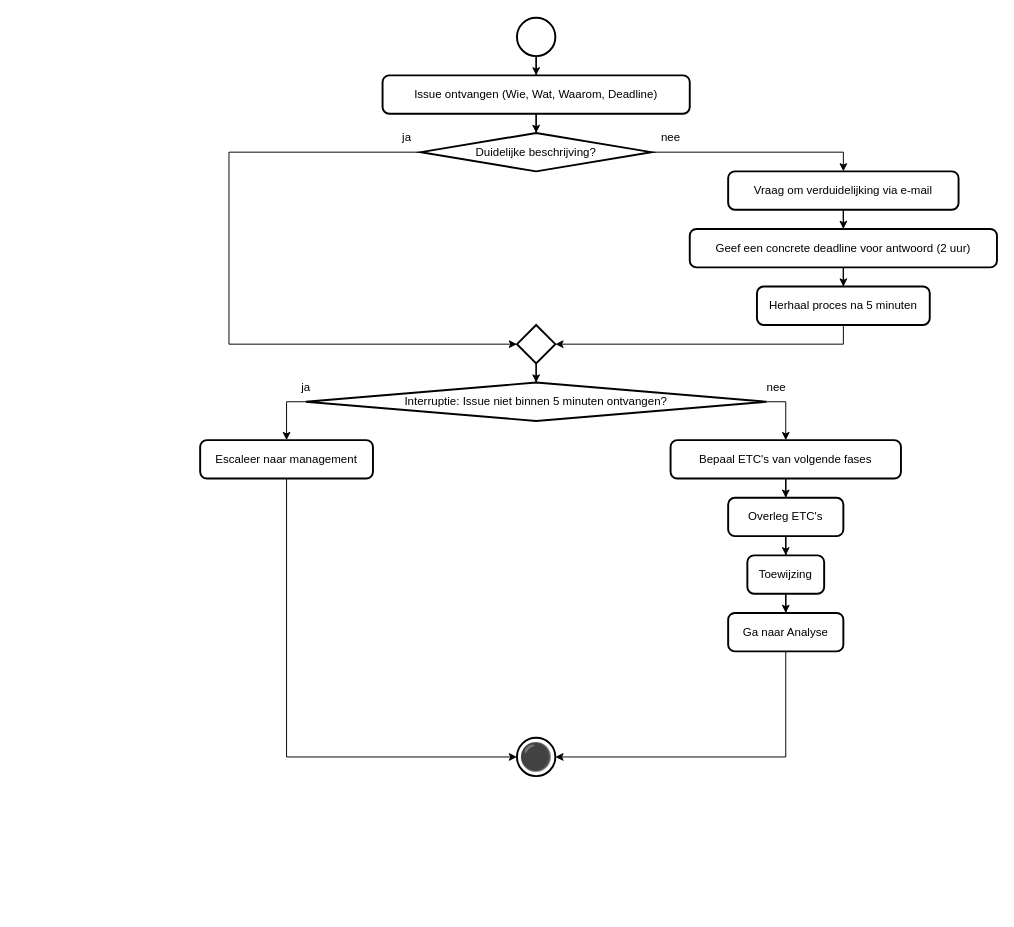
Above: 1 Issue Tracker intake.drawio in Zaibatsu89/IssueTracker (draw.io), before the change. Source tidied: cells renumbered, new cells numbered last; positions are measured from the earlier drawing's top-left corner, leaving out a move shared by most shapes. Both pictures are drawn from the tidied source at 96%, with x=0, y=0 at pixel (200, 17).
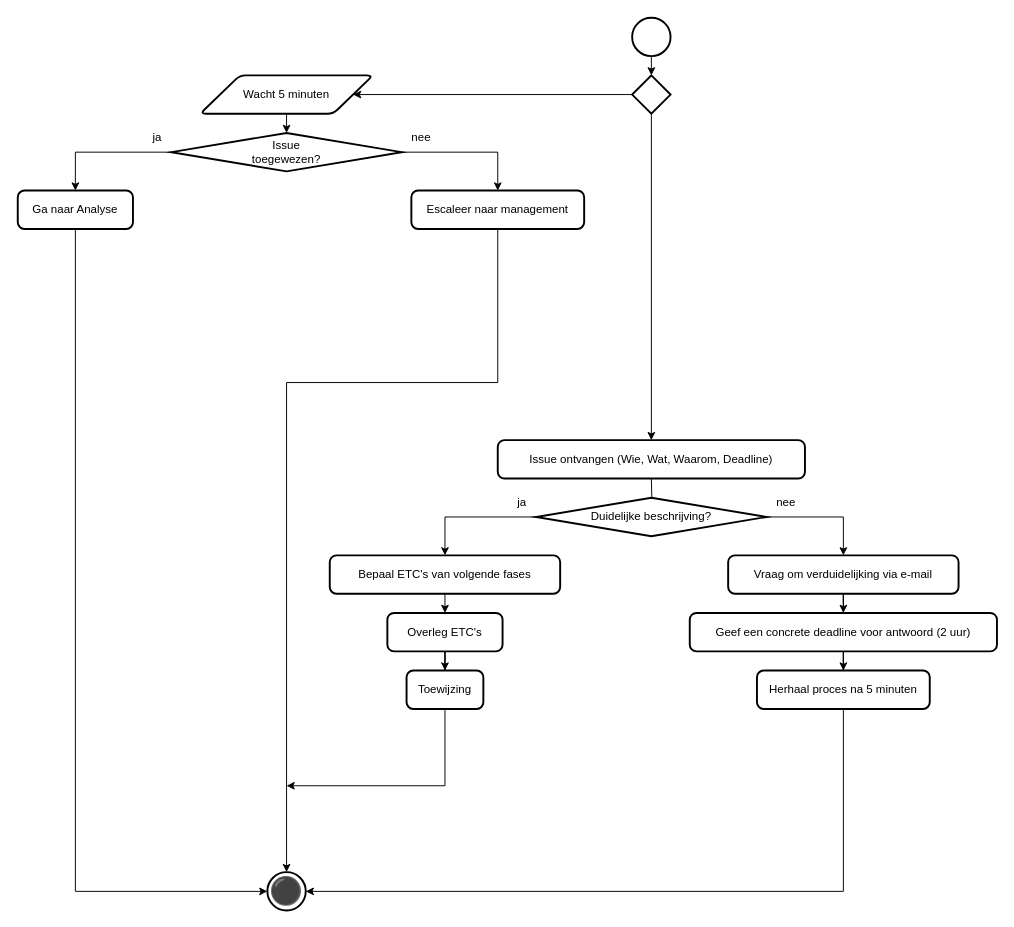
Above is the later version.

The edit, as a diff of the source:
```diff
@@
-    <mxCell id="2" style="edgeStyle=orthogonalEdgeStyle;rounded=0;jettySize=auto;html=1;" parent="1" edge="1" source="3" target="5">
-      <mxGeometry relative="1" as="geometry" />
-    </mxCell>
     <mxCell id="3" style="strokeWidth=2;html=1;shape=mxgraph.flowchart.start_2;whiteSpace=wrap;" parent="1" vertex="1">
-      <mxGeometry x="330" width="40" height="40" as="geometry" />
+      <mxGeometry x="450" width="40" height="40" as="geometry" />
     </mxCell>
-    <mxCell id="4" style="edgeStyle=orthogonalEdgeStyle;rounded=0;jettySize=auto;html=1;" parent="1" edge="1" source="5" target="7">
-      <mxGeometry relative="1" as="geometry" />
+    <mxCell id="4" style="edgeStyle=orthogonalEdgeStyle;rounded=0;jettySize=auto;html=1;" parent="1" edge="1" target="7">
+      <mxGeometry relative="1" as="geometry">
+        <mxPoint x="470" y="480" as="sourcePoint" />
+      </mxGeometry>
     </mxCell>
     <mxCell id="5" value="Issue ontvangen (Wie, Wat, Waarom, Deadline)" style="rounded=1;whiteSpace=wrap;html=1;absoluteArcSize=1;arcSize=14;strokeWidth=2;" parent="1" vertex="1">
-      <mxGeometry x="190" y="60" width="320" height="40" as="geometry" />
+      <mxGeometry x="310" y="440" width="320" height="40" as="geometry" />
     </mxCell>
@@
+    <mxCell id="35" style="edgeStyle=orthogonalEdgeStyle;rounded=0;jettySize=auto;html=1;exitX=0;exitY=0.5;exitDx=0;exitDy=0;exitPerimeter=0;entryX=0.5;entryY=0;entryDx=0;entryDy=0;" parent="1" edge="1" source="7" target="24">
+      <mxGeometry relative="1" as="geometry" />
+    </mxCell>
     <mxCell id="7" value="Duidelijke beschrijving?" style="strokeWidth=2;html=1;shape=mxgraph.flowchart.decision;whiteSpace=wrap;" parent="1" vertex="1">
-      <mxGeometry x="230" y="120" width="240" height="40" as="geometry" />
+      <mxGeometry x="350" y="500" width="240" height="40" as="geometry" />
     </mxCell>
@@
     <mxCell id="9" value="Vraag om verduidelijking via e-mail" style="rounded=1;whiteSpace=wrap;html=1;absoluteArcSize=1;arcSize=14;strokeWidth=2;" parent="1" vertex="1">
-      <mxGeometry x="550" y="160" width="240" height="40" as="geometry" />
+      <mxGeometry x="550" y="560" width="240" height="40" as="geometry" />
     </mxCell>
     <mxCell id="10" value="nee" style="text;html=1;align=center;verticalAlign=middle;strokeColor=none;fillColor=none;" parent="1" vertex="1">
-      <mxGeometry x="470" y="110" width="40" height="30" as="geometry" />
+      <mxGeometry x="590" y="490" width="40" height="30" as="geometry" />
     </mxCell>
@@
     <mxCell id="12" value="Geef een concrete deadline voor antwoord (2 uur)" style="rounded=1;whiteSpace=wrap;html=1;absoluteArcSize=1;arcSize=14;strokeWidth=2;" parent="1" vertex="1">
-      <mxGeometry x="510" y="220" width="320" height="40" as="geometry" />
+      <mxGeometry x="510" y="620" width="320" height="40" as="geometry" />
     </mxCell>
     <mxCell id="13" value="Herhaal proces na 5 minuten" style="rounded=1;whiteSpace=wrap;html=1;absoluteArcSize=1;arcSize=14;strokeWidth=2;" parent="1" vertex="1">
-      <mxGeometry x="580" y="280" width="180" height="40" as="geometry" />
+      <mxGeometry x="580" y="680" width="180" height="40" as="geometry" />
     </mxCell>
     <mxCell id="14" value="ja" style="text;html=1;align=center;verticalAlign=middle;strokeColor=none;fillColor=none;" parent="1" vertex="1">
-      <mxGeometry x="200" y="110" width="30" height="30" as="geometry" />
+      <mxGeometry x="320" y="490" width="30" height="30" as="geometry" />
     </mxCell>
-    <mxCell id="15" style="edgeStyle=orthogonalEdgeStyle;rounded=0;jettySize=auto;html=1;" parent="1" edge="1" source="16" target="20">
-      <mxGeometry relative="1" as="geometry" />
-    </mxCell>
-    <mxCell id="16" style="strokeWidth=2;html=1;shape=mxgraph.flowchart.decision;whiteSpace=wrap;" parent="1" vertex="1">
-      <mxGeometry x="330" y="320" width="40" height="40" as="geometry" />
-    </mxCell>
-    <mxCell id="17" style="edgeStyle=orthogonalEdgeStyle;rounded=0;jettySize=auto;html=1;exitX=0.5;exitY=1;exitDx=0;exitDy=0;entryX=1;entryY=0.5;entryDx=0;entryDy=0;entryPerimeter=0;" parent="1" edge="1" source="13" target="16">
-      <mxGeometry relative="1" as="geometry" />
-    </mxCell>
-    <mxCell id="18" style="edgeStyle=orthogonalEdgeStyle;rounded=0;jettySize=auto;html=1;exitX=0;exitY=0.5;exitDx=0;exitDy=0;exitPerimeter=0;entryX=0.5;entryY=0;entryDx=0;entryDy=0;" parent="1" edge="1" source="20" target="21">
-      <mxGeometry relative="1" as="geometry" />
-    </mxCell>
-    <mxCell id="19" style="edgeStyle=orthogonalEdgeStyle;rounded=0;jettySize=auto;html=1;exitX=1;exitY=0.5;exitDx=0;exitDy=0;exitPerimeter=0;entryX=0.5;entryY=0;entryDx=0;entryDy=0;" parent="1" edge="1" source="20" target="24">
-      <mxGeometry relative="1" as="geometry" />
-    </mxCell>
-    <mxCell id="20" value="Interruptie: Issue niet binnen 5 minuten ontvangen?" style="strokeWidth=2;html=1;shape=mxgraph.flowchart.decision;whiteSpace=wrap;" parent="1" vertex="1">
-      <mxGeometry x="110" y="380" width="480" height="40" as="geometry" />
-    </mxCell>
+    <mxCell id="33" style="edgeStyle=orthogonalEdgeStyle;rounded=0;jettySize=auto;html=1;exitX=0.5;exitY=1;exitDx=0;exitDy=0;entryX=0.5;entryY=0;entryDx=0;entryDy=0;entryPerimeter=0;" parent="1" edge="1" source="21" target="31">
+      <mxGeometry relative="1" as="geometry">
+        <Array as="points">
+          <mxPoint x="310" y="380" />
+          <mxPoint x="90" y="380" />
+        </Array>
+      </mxGeometry>
+    </mxCell>
     <mxCell id="21" value="Escaleer naar management" style="rounded=1;whiteSpace=wrap;html=1;absoluteArcSize=1;arcSize=14;strokeWidth=2;" parent="1" vertex="1">
-      <mxGeometry y="440" width="180" height="40" as="geometry" />
+      <mxGeometry x="220" y="180" width="180" height="40" as="geometry" />
     </mxCell>
     <mxCell id="22" value="ja" style="text;html=1;align=center;verticalAlign=middle;strokeColor=none;fillColor=none;" parent="1" vertex="1">
-      <mxGeometry x="95" y="370" width="30" height="30" as="geometry" />
+      <mxGeometry x="-60" y="110" width="30" height="30" as="geometry" />
     </mxCell>
+    <mxCell id="30" value="Ga naar Analyse" style="rounded=1;whiteSpace=wrap;html=1;absoluteArcSize=1;arcSize=14;strokeWidth=2;" parent="1" vertex="1">
+      <mxGeometry x="-190" y="180" width="120" height="40" as="geometry" />
+    </mxCell>
+    <mxCell id="31" value="&lt;font&gt;⚫&lt;/font&gt;" style="strokeWidth=2;html=1;shape=mxgraph.flowchart.start_2;whiteSpace=wrap;fillStyle=solid;fillColor=none;perimeterSpacing=0;shadow=0;gradientColor=none;gradientDirection=north;fontSize=28;" parent="1" vertex="1">
+      <mxGeometry x="70" y="890" width="40" height="40" as="geometry" />
+    </mxCell>
+    <mxCell id="36" style="edgeStyle=orthogonalEdgeStyle;rounded=0;jettySize=auto;html=1;exitX=0.5;exitY=1;exitDx=0;exitDy=0;exitPerimeter=0;entryX=0.5;entryY=0;entryDx=0;entryDy=0;" parent="1" edge="1" source="38" target="5">
+      <mxGeometry relative="1" as="geometry" />
+    </mxCell>
+    <mxCell id="37" style="edgeStyle=orthogonalEdgeStyle;rounded=0;jettySize=auto;html=1;exitX=0;exitY=0.5;exitDx=0;exitDy=0;exitPerimeter=0;entryX=1;entryY=0.5;entryDx=0;entryDy=0;" parent="1" edge="1" source="38" target="40">
+      <mxGeometry relative="1" as="geometry" />
+    </mxCell>
+    <mxCell id="38" style="strokeWidth=2;html=1;shape=mxgraph.flowchart.decision;whiteSpace=wrap;" parent="1" vertex="1">
+      <mxGeometry x="450" y="60" width="40" height="40" as="geometry" />
+    </mxCell>
+    <mxCell id="39" style="edgeStyle=orthogonalEdgeStyle;rounded=0;jettySize=auto;html=1;exitX=0.5;exitY=1;exitDx=0;exitDy=0;exitPerimeter=0;entryX=0.5;entryY=0;entryDx=0;entryDy=0;entryPerimeter=0;" parent="1" edge="1" source="3" target="38">
+      <mxGeometry relative="1" as="geometry" />
+    </mxCell>
+    <mxCell id="40" value="Wacht 5 minuten" style="shape=parallelogram;html=1;strokeWidth=2;perimeter=parallelogramPerimeter;whiteSpace=wrap;rounded=1;arcSize=12;size=0.23;" parent="1" vertex="1">
+      <mxGeometry y="60" width="180" height="40" as="geometry" />
+    </mxCell>
+    <mxCell id="41" style="edgeStyle=orthogonalEdgeStyle;rounded=0;jettySize=auto;html=1;entryX=0.5;entryY=0;entryDx=0;entryDy=0;" parent="1" edge="1" source="43" target="21">
+      <mxGeometry relative="1" as="geometry" />
+    </mxCell>
+    <mxCell id="42" style="edgeStyle=orthogonalEdgeStyle;rounded=0;jettySize=auto;html=1;exitX=0;exitY=0.5;exitDx=0;exitDy=0;exitPerimeter=0;entryX=0.5;entryY=0;entryDx=0;entryDy=0;" parent="1" edge="1" source="43" target="30">
+      <mxGeometry relative="1" as="geometry" />
+    </mxCell>
+    <mxCell id="43" value="Issue&lt;br&gt;toegewezen?" style="strokeWidth=2;html=1;shape=mxgraph.flowchart.decision;whiteSpace=wrap;" parent="1" vertex="1">
+      <mxGeometry x="-30" y="120" width="240" height="40" as="geometry" />
+    </mxCell>
+    <mxCell id="44" style="edgeStyle=orthogonalEdgeStyle;rounded=0;orthogonalLoop=1;jettySize=auto;html=1;exitX=0.5;exitY=1;exitDx=0;exitDy=0;exitPerimeter=0;" parent="1" edge="1" source="43" target="43">
+      <mxGeometry relative="1" as="geometry" />
+    </mxCell>
+    <mxCell id="45" style="edgeStyle=orthogonalEdgeStyle;rounded=0;jettySize=auto;html=1;exitX=0.5;exitY=1;exitDx=0;exitDy=0;entryX=0.5;entryY=0;entryDx=0;entryDy=0;entryPerimeter=0;" parent="1" edge="1" source="40" target="43">
+      <mxGeometry relative="1" as="geometry" />
+    </mxCell>
+    <mxCell id="46" style="edgeStyle=orthogonalEdgeStyle;rounded=0;jettySize=auto;html=1;exitX=0.5;exitY=1;exitDx=0;exitDy=0;entryX=1;entryY=0.5;entryDx=0;entryDy=0;entryPerimeter=0;" parent="1" edge="1" source="13" target="31">
+      <mxGeometry relative="1" as="geometry" />
+    </mxCell>
+    <mxCell id="29" value="nee" style="text;html=1;align=center;verticalAlign=middle;strokeColor=none;fillColor=none;" parent="1" vertex="1">
+      <mxGeometry x="210" y="110" width="40" height="30" as="geometry" />
+    </mxCell>
-    <mxCell id="23" style="edgeStyle=orthogonalEdgeStyle;rounded=0;jettySize=auto;html=1;" parent="1" edge="1" source="24" target="26">
+    <mxCell id="23" style="edgeStyle=orthogonalEdgeStyle;rounded=0;jettySize=auto;html=1;exitX=0.5;exitY=1;exitDx=0;exitDy=0;entryX=0.5;entryY=0;entryDx=0;entryDy=0;" parent="1" edge="1" source="24" target="26">
       <mxGeometry relative="1" as="geometry" />
     </mxCell>
     <mxCell id="24" value="Bepaal ETC's van volgende fases" style="rounded=1;whiteSpace=wrap;html=1;absoluteArcSize=1;arcSize=14;strokeWidth=2;" parent="1" vertex="1">
-      <mxGeometry x="490" y="440" width="240" height="40" as="geometry" />
+      <mxGeometry x="135" y="560" width="240" height="40" as="geometry" />
     </mxCell>
@@
     <mxCell id="26" value="Overleg ETC's" style="rounded=1;whiteSpace=wrap;html=1;absoluteArcSize=1;arcSize=14;strokeWidth=2;" parent="1" vertex="1">
-      <mxGeometry x="550" y="500" width="120" height="40" as="geometry" />
+      <mxGeometry x="195" y="620" width="120" height="40" as="geometry" />
     </mxCell>
-    <mxCell id="27" style="edgeStyle=orthogonalEdgeStyle;rounded=0;jettySize=auto;html=1;" parent="1" edge="1" source="28" target="30">
-      <mxGeometry relative="1" as="geometry" />
-    </mxCell>
     <mxCell id="28" value="Toewijzing" style="rounded=1;whiteSpace=wrap;html=1;absoluteArcSize=1;arcSize=14;strokeWidth=2;" parent="1" vertex="1">
-      <mxGeometry x="570" y="560" width="80" height="40" as="geometry" />
+      <mxGeometry x="215" y="680" width="80" height="40" as="geometry" />
     </mxCell>
-    <mxCell id="29" value="nee" style="text;html=1;align=center;verticalAlign=middle;strokeColor=none;fillColor=none;" parent="1" vertex="1">
-      <mxGeometry x="580" y="370" width="40" height="30" as="geometry" />
-    </mxCell>
-    <mxCell id="30" value="Ga naar Analyse" style="rounded=1;whiteSpace=wrap;html=1;absoluteArcSize=1;arcSize=14;strokeWidth=2;" parent="1" vertex="1">
-      <mxGeometry x="550" y="620" width="120" height="40" as="geometry" />
-    </mxCell>
-    <mxCell id="31" value="&lt;font&gt;⚫&lt;/font&gt;" style="strokeWidth=2;html=1;shape=mxgraph.flowchart.start_2;whiteSpace=wrap;fillStyle=solid;fillColor=none;perimeterSpacing=0;shadow=0;gradientColor=none;gradientDirection=north;fontSize=28;" parent="1" vertex="1">
-      <mxGeometry x="330" y="750" width="40" height="40" as="geometry" />
-    </mxCell>
+    <mxCell id="47" style="edgeStyle=orthogonalEdgeStyle;rounded=0;jettySize=auto;html=1;" parent="1" edge="1" source="28">
+      <mxGeometry relative="1" as="geometry">
+        <mxPoint x="90" y="800" as="targetPoint" />
+        <Array as="points">
+          <mxPoint x="255" y="800" />
+        </Array>
+      </mxGeometry>
+    </mxCell>
-    <mxCell id="32" style="edgeStyle=orthogonalEdgeStyle;rounded=0;jettySize=auto;html=1;exitX=0.5;exitY=1;exitDx=0;exitDy=0;entryX=1;entryY=0.5;entryDx=0;entryDy=0;entryPerimeter=0;" parent="1" edge="1" source="30" target="31">
+    <mxCell id="32" style="edgeStyle=orthogonalEdgeStyle;rounded=0;jettySize=auto;html=1;exitX=0.5;exitY=1;exitDx=0;exitDy=0;entryX=0;entryY=0.5;entryDx=0;entryDy=0;entryPerimeter=0;" parent="1" edge="1" source="30" target="31">
       <mxGeometry relative="1" as="geometry" />
     </mxCell>
-    <mxCell id="33" style="edgeStyle=orthogonalEdgeStyle;rounded=0;jettySize=auto;html=1;exitX=0.5;exitY=1;exitDx=0;exitDy=0;entryX=0;entryY=0.5;entryDx=0;entryDy=0;entryPerimeter=0;" parent="1" edge="1" source="21" target="31">
-      <mxGeometry relative="1" as="geometry" />
-    </mxCell>
-    <mxCell id="34" style="edgeStyle=orthogonalEdgeStyle;rounded=0;jettySize=auto;html=1;exitX=0;exitY=0.5;exitDx=0;exitDy=0;exitPerimeter=0;entryX=0;entryY=0.5;entryDx=0;entryDy=0;entryPerimeter=0;" parent="1" edge="1" source="7" target="16">
-      <mxGeometry relative="1" as="geometry">
-        <Array as="points">
-          <mxPoint x="30" y="140" />
-          <mxPoint x="30" y="340" />
-        </Array>
-      </mxGeometry>
-    </mxCell>
```
